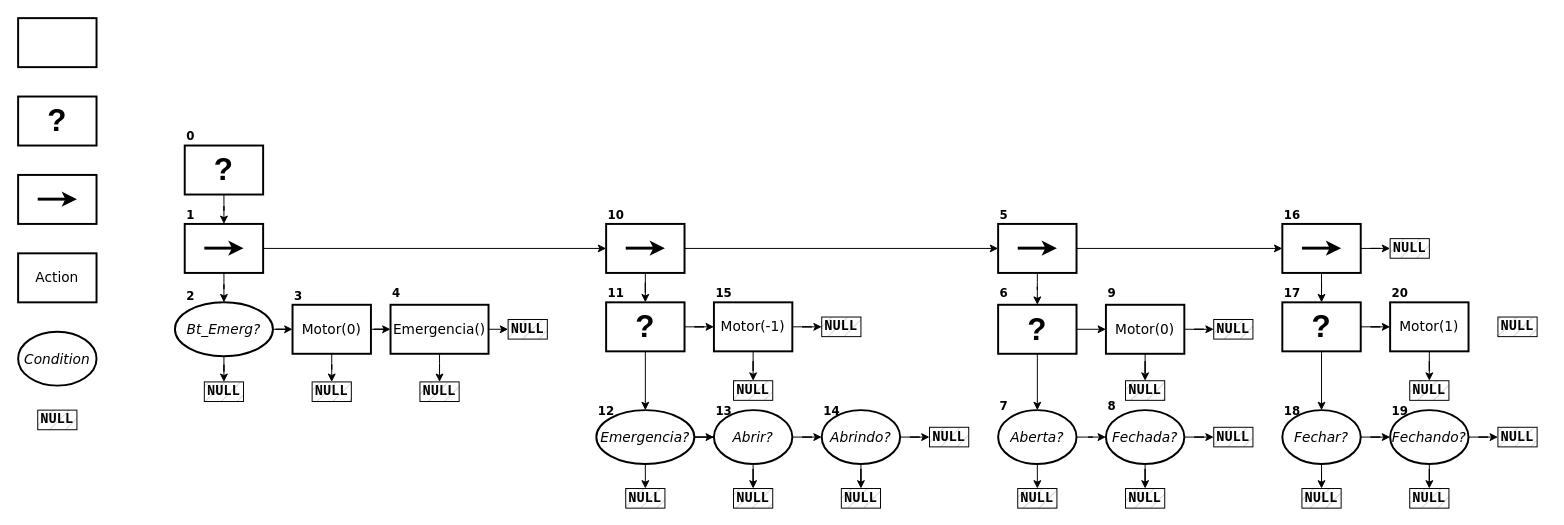
This is page "FIXED" (2 of 2) of models/auto-door-bt-lcrs.drawio from victorrsoliveira/btreefy, a draw.io file, before an edit. Source tidied: cells renumbered, new cells numbered last; positions are measured from the earlier drawing's top-left corner, leaving out a move shared by most shapes. Both pictures are drawn from the tidied source at 98%, with x=0, y=0 at pixel (18, 18).
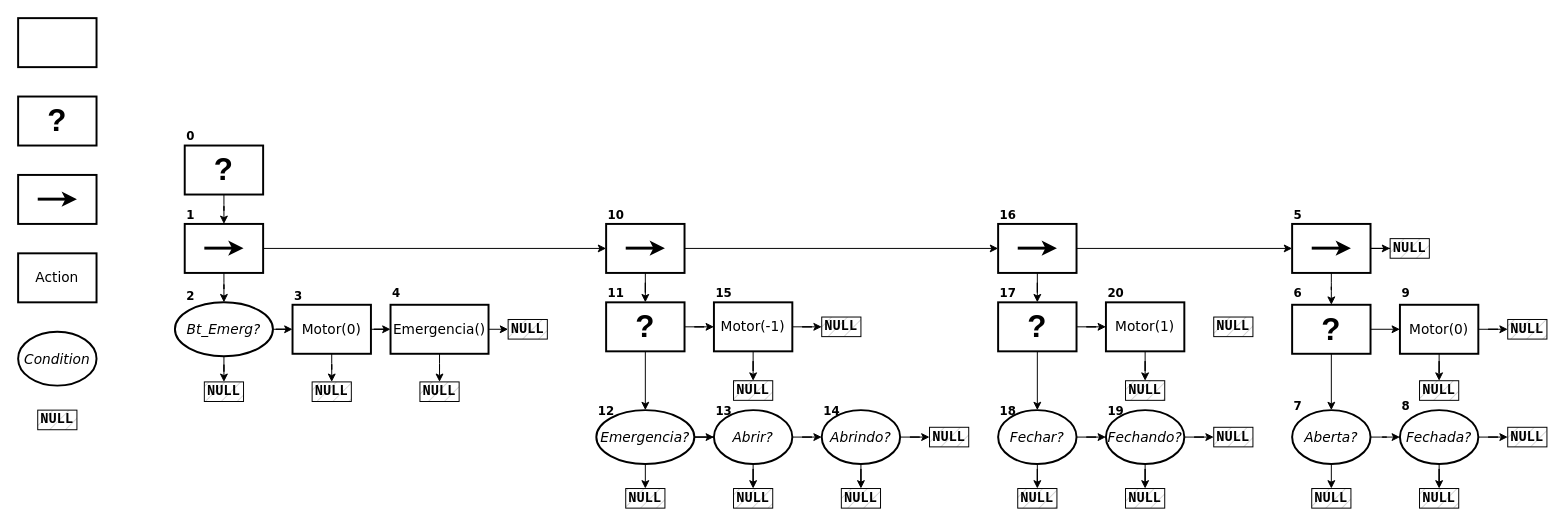
The same page after the edit.

Unchanged cells that the change refers to:
```xml
<mxCell id="23" style="rounded=0;whiteSpace=wrap;html=1;fillColor=default;strokeWidth=2;" parent="22" vertex="1">
  <mxGeometry width="80" height="50" as="geometry" />
</mxCell>
<mxCell id="32" style="rounded=0;whiteSpace=wrap;html=1;fillColor=default;strokeWidth=2;" parent="31" vertex="1">
  <mxGeometry width="80" height="50" as="geometry" />
</mxCell>
<mxCell id="60" style="rounded=0;whiteSpace=wrap;html=1;fillColor=default;strokeWidth=2;" parent="59" vertex="1">
  <mxGeometry width="80" height="50" as="geometry" />
</mxCell>
<mxCell id="100" value="NULL" style="text;html=1;align=center;verticalAlign=middle;whiteSpace=wrap;rounded=0;fontFamily=Courier New;fontSize=14;fontColor=default;fontStyle=1;strokeColor=default;strokeWidth=1;glass=0;fillColor=#C9C9C9;fillStyle=hatch;" parent="1" vertex="1">
  <mxGeometry x="1400" y="225" width="40" height="20" as="geometry" />
</mxCell>
```

The edit, as a diff of the source:
```diff
@@
     <mxCell id="22" style="group;" parent="1" vertex="1">
-      <mxGeometry x="1000" y="210" width="80" height="50" as="geometry" />
+      <mxGeometry x="1300" y="210" width="80" height="50" as="geometry" />
     </mxCell>
@@
     <mxCell id="25" style="group;" parent="1" vertex="1">
-      <mxGeometry x="1000" y="292.5" width="80" height="50" as="geometry" />
+      <mxGeometry x="1300" y="292.5" width="80" height="50" as="geometry" />
     </mxCell>
@@
     <mxCell id="30" value="Motor(0)" style="rounded=0;whiteSpace=wrap;html=1;fillColor=default;strokeWidth=2;fontFamily=Verdana;fontStyle=0;fontSize=14;" parent="1" vertex="1">
-      <mxGeometry x="1110" y="292.5" width="80" height="50" as="geometry" />
+      <mxGeometry x="1410" y="292.5" width="80" height="50" as="geometry" />
     </mxCell>
@@
     <mxCell id="46" value="Aberta?" style="ellipse;whiteSpace=wrap;html=1;hachureGap=4;fontFamily=Verdana;rounded=0;strokeColor=default;strokeWidth=2;align=center;verticalAlign=middle;fontSize=14;fontColor=default;fontStyle=2;fillColor=default;" parent="1" vertex="1">
-      <mxGeometry x="1000" y="400" width="80" height="55" as="geometry" />
+      <mxGeometry x="1300" y="400" width="80" height="55" as="geometry" />
     </mxCell>
@@
     <mxCell id="49" value="Fechada?" style="ellipse;whiteSpace=wrap;html=1;hachureGap=4;fontFamily=Verdana;rounded=0;strokeColor=default;strokeWidth=2;align=center;verticalAlign=middle;fontSize=14;fontColor=default;fontStyle=2;fillColor=default;" parent="1" vertex="1">
-      <mxGeometry x="1110" y="400" width="80" height="55" as="geometry" />
+      <mxGeometry x="1410" y="400" width="80" height="55" as="geometry" />
     </mxCell>
@@
     <mxCell id="59" style="group;" parent="1" vertex="1">
-      <mxGeometry x="1290" y="210" width="80" height="50" as="geometry" />
+      <mxGeometry x="1000" y="210" width="80" height="50" as="geometry" />
     </mxCell>
@@
     <mxCell id="62" style="group;" parent="1" vertex="1">
-      <mxGeometry x="1290" y="290" width="80" height="50" as="geometry" />
+      <mxGeometry x="1000" y="290" width="80" height="50" as="geometry" />
     </mxCell>
@@
     <mxCell id="66" value="Motor(1)" style="rounded=0;whiteSpace=wrap;html=1;fillColor=default;strokeWidth=2;fontFamily=Verdana;fontStyle=0;fontSize=14;" parent="1" vertex="1">
-      <mxGeometry x="1400" y="290" width="80" height="50" as="geometry" />
+      <mxGeometry x="1110" y="290" width="80" height="50" as="geometry" />
     </mxCell>
@@
     <mxCell id="69" value="Fechar?" style="ellipse;whiteSpace=wrap;html=1;hachureGap=4;fontFamily=Verdana;rounded=0;strokeColor=default;strokeWidth=2;align=center;verticalAlign=middle;fontSize=14;fontColor=default;fontStyle=2;fillColor=default;" parent="1" vertex="1">
-      <mxGeometry x="1290" y="400" width="80" height="55" as="geometry" />
+      <mxGeometry x="1000" y="400" width="80" height="55" as="geometry" />
     </mxCell>
@@
     <mxCell id="72" value="Fechando?" style="ellipse;whiteSpace=wrap;html=1;hachureGap=4;fontFamily=Verdana;rounded=0;strokeColor=default;strokeWidth=2;align=center;verticalAlign=middle;fontSize=14;fontColor=default;fontStyle=2;fillColor=default;" parent="1" vertex="1">
-      <mxGeometry x="1400" y="400" width="80" height="55" as="geometry" />
+      <mxGeometry x="1110" y="400" width="80" height="55" as="geometry" />
     </mxCell>
@@
     <mxCell id="83" value="NULL" style="text;html=1;align=center;verticalAlign=middle;whiteSpace=wrap;rounded=0;fontFamily=Courier New;fontSize=14;fontColor=default;fontStyle=1;strokeColor=default;strokeWidth=1;glass=0;fillColor=#C9C9C9;fillStyle=hatch;" parent="1" vertex="1">
-      <mxGeometry x="1020" y="480" width="40" height="20" as="geometry" />
+      <mxGeometry x="1320" y="480" width="40" height="20" as="geometry" />
     </mxCell>
     <mxCell id="84" value="NULL" style="text;html=1;align=center;verticalAlign=middle;whiteSpace=wrap;rounded=0;fontFamily=Courier New;fontSize=14;fontColor=default;fontStyle=1;strokeColor=default;strokeWidth=1;glass=0;fillColor=#C9C9C9;fillStyle=hatch;" parent="1" vertex="1">
-      <mxGeometry x="1130" y="480" width="40" height="20" as="geometry" />
+      <mxGeometry x="1430" y="480" width="40" height="20" as="geometry" />
     </mxCell>
     <mxCell id="85" value="NULL" style="text;html=1;align=center;verticalAlign=middle;whiteSpace=wrap;rounded=0;fontFamily=Courier New;fontSize=14;fontColor=default;fontStyle=1;strokeColor=default;strokeWidth=1;glass=0;fillColor=#C9C9C9;fillStyle=hatch;" parent="1" vertex="1">
-      <mxGeometry x="1220" y="417.5" width="40" height="20" as="geometry" />
+      <mxGeometry x="1520" y="417.5" width="40" height="20" as="geometry" />
     </mxCell>
     <mxCell id="86" value="NULL" style="text;html=1;align=center;verticalAlign=middle;whiteSpace=wrap;rounded=0;fontFamily=Courier New;fontSize=14;fontColor=default;fontStyle=1;strokeColor=default;strokeWidth=1;glass=0;fillColor=#C9C9C9;fillStyle=hatch;" parent="1" vertex="1">
-      <mxGeometry x="1220" y="307.5" width="40" height="20" as="geometry" />
+      <mxGeometry x="1520" y="307.5" width="40" height="20" as="geometry" />
     </mxCell>
     <mxCell id="87" value="NULL" style="text;html=1;align=center;verticalAlign=middle;whiteSpace=wrap;rounded=0;fontFamily=Courier New;fontSize=14;fontColor=default;fontStyle=1;strokeColor=default;strokeWidth=1;glass=0;fillColor=#C9C9C9;fillStyle=hatch;" parent="1" vertex="1">
-      <mxGeometry x="1130" y="370" width="40" height="20" as="geometry" />
+      <mxGeometry x="1430" y="370" width="40" height="20" as="geometry" />
     </mxCell>
@@
     <mxCell id="101" value="NULL" style="text;html=1;align=center;verticalAlign=middle;whiteSpace=wrap;rounded=0;fontFamily=Courier New;fontSize=14;fontColor=default;fontStyle=1;strokeColor=default;strokeWidth=1;glass=0;fillColor=#C9C9C9;fillStyle=hatch;" parent="1" vertex="1">
-      <mxGeometry x="1510" y="305" width="40" height="20" as="geometry" />
+      <mxGeometry x="1220" y="305" width="40" height="20" as="geometry" />
     </mxCell>
     <mxCell id="102" value="NULL" style="text;html=1;align=center;verticalAlign=middle;whiteSpace=wrap;rounded=0;fontFamily=Courier New;fontSize=14;fontColor=default;fontStyle=1;strokeColor=default;strokeWidth=1;glass=0;fillColor=#C9C9C9;fillStyle=hatch;" parent="1" vertex="1">
-      <mxGeometry x="1510" y="417.5" width="40" height="20" as="geometry" />
+      <mxGeometry x="1220" y="417.5" width="40" height="20" as="geometry" />
     </mxCell>
     <mxCell id="103" value="NULL" style="text;html=1;align=center;verticalAlign=middle;whiteSpace=wrap;rounded=0;fontFamily=Courier New;fontSize=14;fontColor=default;fontStyle=1;strokeColor=default;strokeWidth=1;glass=0;fillColor=#C9C9C9;fillStyle=hatch;" parent="1" vertex="1">
-      <mxGeometry x="1420" y="480" width="40" height="20" as="geometry" />
+      <mxGeometry x="1130" y="480" width="40" height="20" as="geometry" />
     </mxCell>
     <mxCell id="104" value="NULL" style="text;html=1;align=center;verticalAlign=middle;whiteSpace=wrap;rounded=0;fontFamily=Courier New;fontSize=14;fontColor=default;fontStyle=1;strokeColor=default;strokeWidth=1;glass=0;fillColor=#C9C9C9;fillStyle=hatch;" parent="1" vertex="1">
-      <mxGeometry x="1310" y="480" width="40" height="20" as="geometry" />
+      <mxGeometry x="1020" y="480" width="40" height="20" as="geometry" />
     </mxCell>
     <mxCell id="105" value="NULL" style="text;html=1;align=center;verticalAlign=middle;whiteSpace=wrap;rounded=0;fontFamily=Courier New;fontSize=14;fontColor=default;fontStyle=1;strokeColor=default;strokeWidth=1;glass=0;fillColor=#C9C9C9;fillStyle=hatch;" parent="1" vertex="1">
-      <mxGeometry x="1420" y="370" width="40" height="20" as="geometry" />
+      <mxGeometry x="1130" y="370" width="40" height="20" as="geometry" />
     </mxCell>
-    <mxCell id="106" style="edgeStyle=orthogonalEdgeStyle;rounded=0;jettySize=auto;html=1;" parent="1" edge="1" source="60" target="100">
-      <mxGeometry relative="1" as="geometry" />
-    </mxCell>
@@
     <mxCell id="112" value="5" style="text;html=1;align=left;verticalAlign=bottom;whiteSpace=wrap;rounded=0;fontFamily=Verdana;fontStyle=1;" parent="1" vertex="1">
-      <mxGeometry x="1000" y="190" width="20" height="20" as="geometry" />
+      <mxGeometry x="1300" y="190" width="20" height="20" as="geometry" />
     </mxCell>
     <mxCell id="113" value="6" style="text;html=1;align=left;verticalAlign=bottom;whiteSpace=wrap;rounded=0;fontFamily=Verdana;fontStyle=1;" parent="1" vertex="1">
-      <mxGeometry x="1000" y="270" width="20" height="20" as="geometry" />
+      <mxGeometry x="1300" y="270" width="20" height="20" as="geometry" />
     </mxCell>
     <mxCell id="114" value="9" style="text;html=1;align=left;verticalAlign=bottom;whiteSpace=wrap;rounded=0;fontFamily=Verdana;fontStyle=1;" parent="1" vertex="1">
-      <mxGeometry x="1110" y="270" width="20" height="20" as="geometry" />
+      <mxGeometry x="1410" y="270" width="20" height="20" as="geometry" />
     </mxCell>
     <mxCell id="115" value="8" style="text;html=1;align=left;verticalAlign=bottom;whiteSpace=wrap;rounded=0;fontFamily=Verdana;fontStyle=1;" parent="1" vertex="1">
-      <mxGeometry x="1110" y="385" width="20" height="20" as="geometry" />
+      <mxGeometry x="1410" y="385" width="20" height="20" as="geometry" />
     </mxCell>
     <mxCell id="116" value="7" style="text;html=1;align=left;verticalAlign=bottom;whiteSpace=wrap;rounded=0;fontFamily=Verdana;fontStyle=1;" parent="1" vertex="1">
-      <mxGeometry x="1000" y="385" width="20" height="20" as="geometry" />
+      <mxGeometry x="1300" y="385" width="20" height="20" as="geometry" />
     </mxCell>
@@
     <mxCell id="123" value="16" style="text;html=1;align=left;verticalAlign=bottom;whiteSpace=wrap;rounded=0;fontFamily=Verdana;fontStyle=1;" parent="1" vertex="1">
-      <mxGeometry x="1290" y="190" width="20" height="20" as="geometry" />
+      <mxGeometry x="1000" y="190" width="20" height="20" as="geometry" />
     </mxCell>
     <mxCell id="124" value="17" style="text;html=1;align=left;verticalAlign=bottom;whiteSpace=wrap;rounded=0;fontFamily=Verdana;fontStyle=1;" parent="1" vertex="1">
-      <mxGeometry x="1290" y="270" width="20" height="20" as="geometry" />
+      <mxGeometry x="1000" y="270" width="20" height="20" as="geometry" />
     </mxCell>
     <mxCell id="125" value="20" style="text;html=1;align=left;verticalAlign=bottom;whiteSpace=wrap;rounded=0;fontFamily=Verdana;fontStyle=1;" parent="1" vertex="1">
-      <mxGeometry x="1400" y="270" width="20" height="20" as="geometry" />
+      <mxGeometry x="1110" y="270" width="20" height="20" as="geometry" />
     </mxCell>
     <mxCell id="126" value="18" style="text;html=1;align=left;verticalAlign=bottom;whiteSpace=wrap;rounded=0;fontFamily=Verdana;fontStyle=1;" parent="1" vertex="1">
-      <mxGeometry x="1290" y="390" width="20" height="20" as="geometry" />
+      <mxGeometry x="1000" y="390" width="20" height="20" as="geometry" />
     </mxCell>
     <mxCell id="127" value="19" style="text;html=1;align=left;verticalAlign=bottom;whiteSpace=wrap;rounded=0;fontFamily=Verdana;fontStyle=1;" parent="1" vertex="1">
-      <mxGeometry x="1400" y="390" width="20" height="20" as="geometry" />
+      <mxGeometry x="1110" y="390" width="20" height="20" as="geometry" />
     </mxCell>
@@
-    <mxCell id="129" style="edgeStyle=orthogonalEdgeStyle;rounded=0;jettySize=auto;html=1;" parent="1" edge="1" source="32" target="23">
-      <mxGeometry relative="1" as="geometry" />
-    </mxCell>
-    <mxCell id="130" style="edgeStyle=orthogonalEdgeStyle;rounded=0;jettySize=auto;html=1;" parent="1" edge="1" source="23" target="60">
-      <mxGeometry relative="1" as="geometry" />
-    </mxCell>
+    <mxCell id="131" style="edgeStyle=orthogonalEdgeStyle;rounded=0;jettySize=auto;html=1;" parent="1" edge="1" source="32" target="60">
+      <mxGeometry relative="1" as="geometry" />
+    </mxCell>
+    <mxCell id="132" style="edgeStyle=orthogonalEdgeStyle;rounded=0;jettySize=auto;html=1;" parent="1" edge="1" source="23" target="100">
+      <mxGeometry relative="1" as="geometry" />
+    </mxCell>
+    <mxCell id="133" style="edgeStyle=orthogonalEdgeStyle;rounded=0;jettySize=auto;html=1;" parent="1" edge="1" source="60" target="23">
+      <mxGeometry relative="1" as="geometry" />
+    </mxCell>
```
